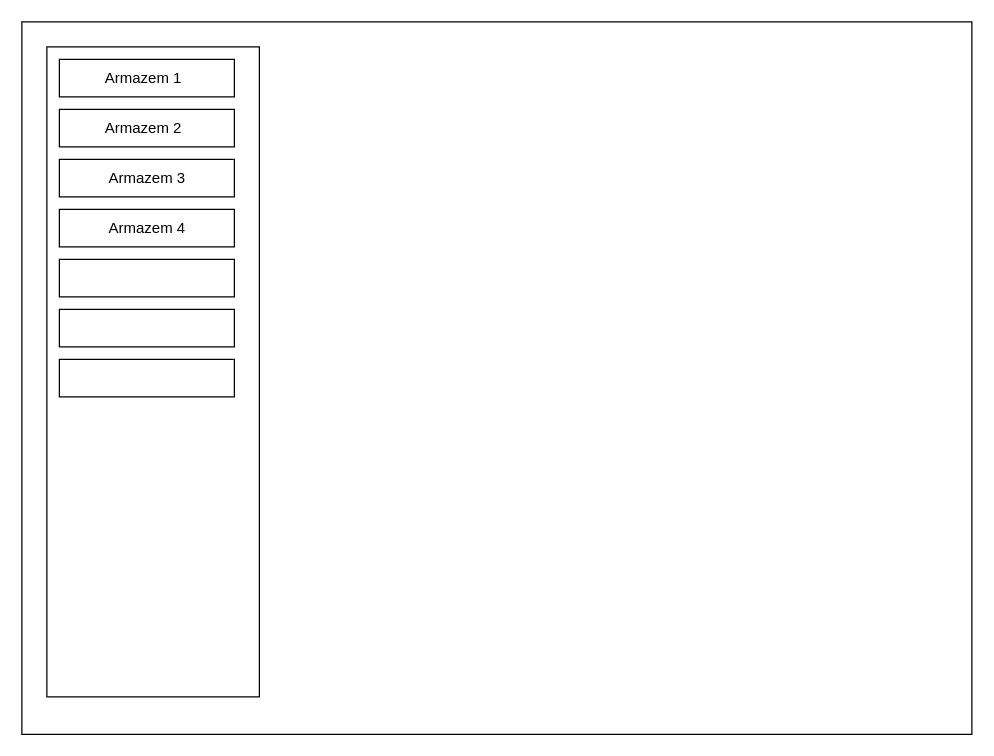
Above: Untitled Diagram.drawio in ertykiko/SADE (draw.io), before the change. Source tidied: cells renumbered, new cells numbered last; positions are measured from the earlier drawing's top-left corner, leaving out a move shared by most shapes. Both pictures are drawn from the tidied source at 125%, with x=0, y=0 at pixel (21, 21).
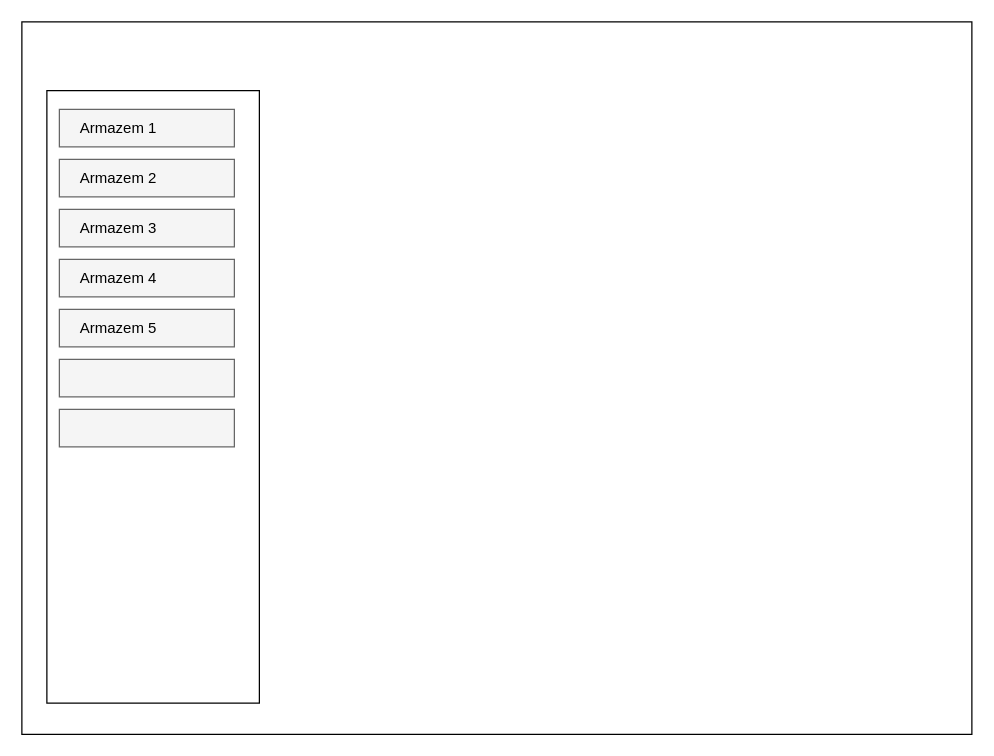
Above is the later version.

The edit, as a diff of the source:
```diff
@@
 <mxGraphModel>
   <root>
     <mxCell id="0" />
     <mxCell id="1" parent="0" />
     <mxCell id="2" style="rounded=0;whiteSpace=wrap;html=1;" parent="1" vertex="1">
       <mxGeometry width="760" height="570" as="geometry" />
     </mxCell>
     <mxCell id="3" style="rounded=0;whiteSpace=wrap;html=1;" parent="1" vertex="1">
-      <mxGeometry x="20" y="20" width="170" height="520" as="geometry" />
+      <mxGeometry x="20" y="55" width="170" height="490" as="geometry" />
     </mxCell>
-    <mxCell id="4" style="rounded=0;whiteSpace=wrap;html=1;" parent="1" vertex="1">
-      <mxGeometry x="30" y="70" width="140" height="30" as="geometry" />
+    <mxCell id="4" style="rounded=0;whiteSpace=wrap;html=1;fillColor=#f5f5f5;strokeColor=#666666;fontColor=#333333;" parent="1" vertex="1">
+      <mxGeometry x="30" y="110" width="140" height="30" as="geometry" />
     </mxCell>
-    <mxCell id="5" style="rounded=0;whiteSpace=wrap;html=1;" parent="1" vertex="1">
-      <mxGeometry x="30" y="110" width="140" height="30" as="geometry" />
+    <mxCell id="5" style="rounded=0;whiteSpace=wrap;html=1;fillColor=#f5f5f5;strokeColor=#666666;fontColor=#333333;" parent="1" vertex="1">
+      <mxGeometry x="30" y="150" width="140" height="30" as="geometry" />
     </mxCell>
-    <mxCell id="6" style="rounded=0;whiteSpace=wrap;html=1;" parent="1" vertex="1">
-      <mxGeometry x="30" y="150" width="140" height="30" as="geometry" />
+    <mxCell id="6" style="rounded=0;whiteSpace=wrap;html=1;fillColor=#f5f5f5;strokeColor=#666666;fontColor=#333333;" parent="1" vertex="1">
+      <mxGeometry x="30" y="190" width="140" height="30" as="geometry" />
     </mxCell>
-    <mxCell id="7" style="rounded=0;whiteSpace=wrap;html=1;" parent="1" vertex="1">
-      <mxGeometry x="30" y="190" width="140" height="30" as="geometry" />
+    <mxCell id="7" style="rounded=0;whiteSpace=wrap;html=1;fillColor=#f5f5f5;strokeColor=#666666;fontColor=#333333;" parent="1" vertex="1">
+      <mxGeometry x="30" y="230" width="140" height="30" as="geometry" />
     </mxCell>
-    <mxCell id="8" style="rounded=0;whiteSpace=wrap;html=1;" parent="1" vertex="1">
-      <mxGeometry x="30" y="230" width="140" height="30" as="geometry" />
+    <mxCell id="8" style="rounded=0;whiteSpace=wrap;html=1;fillColor=#f5f5f5;strokeColor=#666666;fontColor=#333333;" parent="1" vertex="1">
+      <mxGeometry x="30" y="310" width="140" height="30" as="geometry" />
     </mxCell>
-    <mxCell id="9" style="rounded=0;whiteSpace=wrap;html=1;" parent="1" vertex="1">
+    <mxCell id="9" style="rounded=0;whiteSpace=wrap;html=1;fillColor=#f5f5f5;strokeColor=#666666;fontColor=#333333;" parent="1" vertex="1">
       <mxGeometry x="30" y="270" width="140" height="30" as="geometry" />
     </mxCell>
-    <mxCell id="10" style="rounded=0;whiteSpace=wrap;html=1;" parent="1" vertex="1">
-      <mxGeometry x="30" y="30" width="140" height="30" as="geometry" />
+    <mxCell id="10" style="rounded=0;whiteSpace=wrap;html=1;fillColor=#f5f5f5;strokeColor=#666666;fontColor=#333333;" parent="1" vertex="1">
+      <mxGeometry x="30" y="70" width="140" height="30" as="geometry" />
     </mxCell>
     <mxCell id="11" value="Armazem 1 " style="text;html=1;strokeColor=none;fillColor=none;align=center;verticalAlign=middle;whiteSpace=wrap;rounded=0;" parent="1" vertex="1">
-      <mxGeometry x="60" y="35" width="75" height="20" as="geometry" />
+      <mxGeometry x="40" y="75" width="75" height="20" as="geometry" />
     </mxCell>
     <mxCell id="12" value="&lt;div&gt;Armazem 2&lt;/div&gt;" style="text;html=1;strokeColor=none;fillColor=none;align=center;verticalAlign=middle;whiteSpace=wrap;rounded=0;" parent="1" vertex="1">
-      <mxGeometry x="60" y="75" width="75" height="20" as="geometry" />
+      <mxGeometry x="40" y="110" width="75" height="30" as="geometry" />
     </mxCell>
     <mxCell id="13" value="&lt;div&gt;Armazem 3&lt;br&gt;&lt;/div&gt;" style="text;html=1;strokeColor=none;fillColor=none;align=center;verticalAlign=middle;whiteSpace=wrap;rounded=0;" parent="1" vertex="1">
-      <mxGeometry x="62.5" y="115" width="75" height="20" as="geometry" />
+      <mxGeometry x="40" y="155" width="75" height="20" as="geometry" />
     </mxCell>
     <mxCell id="14" value="&lt;div&gt;Armazem 4&lt;br&gt;&lt;/div&gt;" style="text;html=1;strokeColor=none;fillColor=none;align=center;verticalAlign=middle;whiteSpace=wrap;rounded=0;" parent="1" vertex="1">
-      <mxGeometry x="62.5" y="155" width="75" height="20" as="geometry" />
+      <mxGeometry x="40" y="195" width="75" height="20" as="geometry" />
     </mxCell>
+    <mxCell id="15" value="&lt;div&gt;Armazem 5&lt;/div&gt;" style="text;html=1;strokeColor=none;fillColor=none;align=center;verticalAlign=middle;whiteSpace=wrap;rounded=0;" parent="1" vertex="1">
+      <mxGeometry x="40" y="235" width="75" height="20" as="geometry" />
+    </mxCell>
   </root>
 </mxGraphModel>
```
